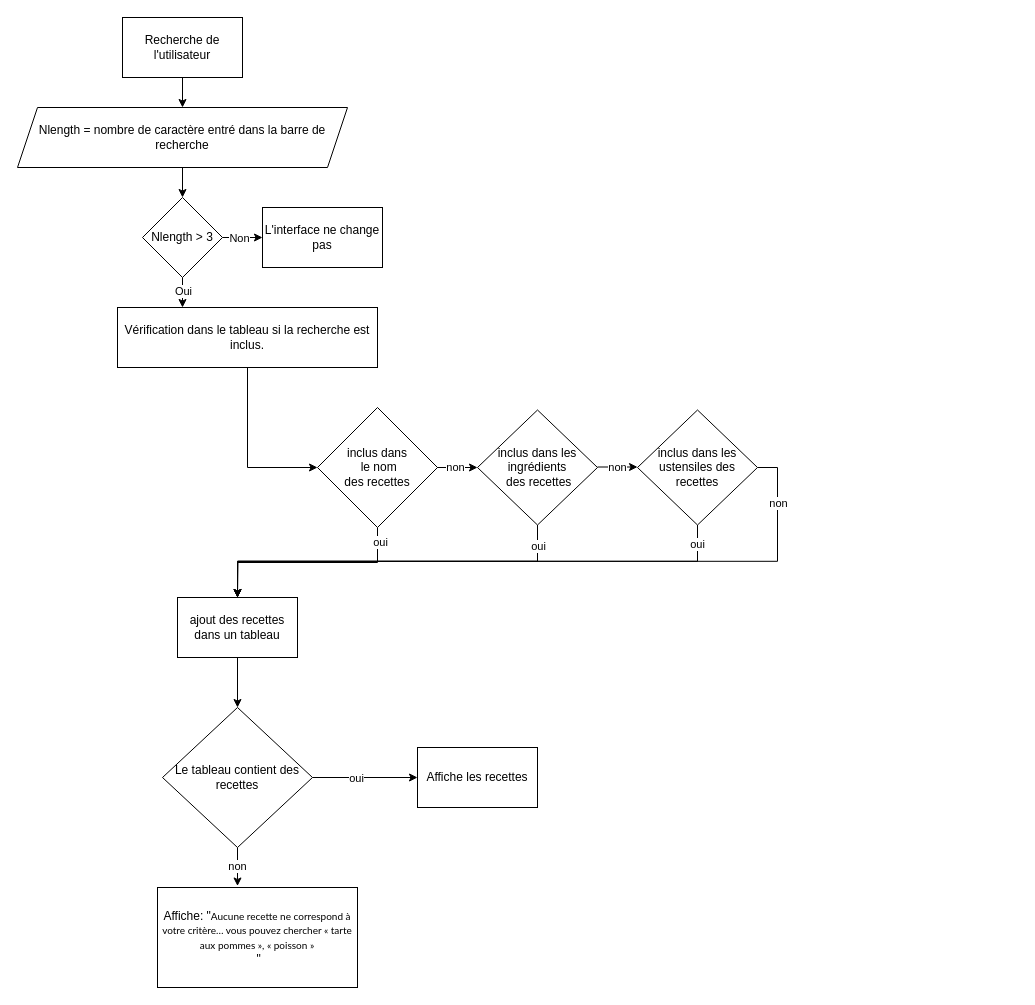
stevebraco/algorigram keeps this draw.io diagram as Untitled Diagram.drawio. Above is the earlier version. Source tidied: cells renumbered, new cells numbered last; positions are measured from the earlier drawing's top-left corner, leaving out a move shared by most shapes. Both pictures are drawn from the tidied source at 100%, with x=0, y=0 at pixel (17, 17).
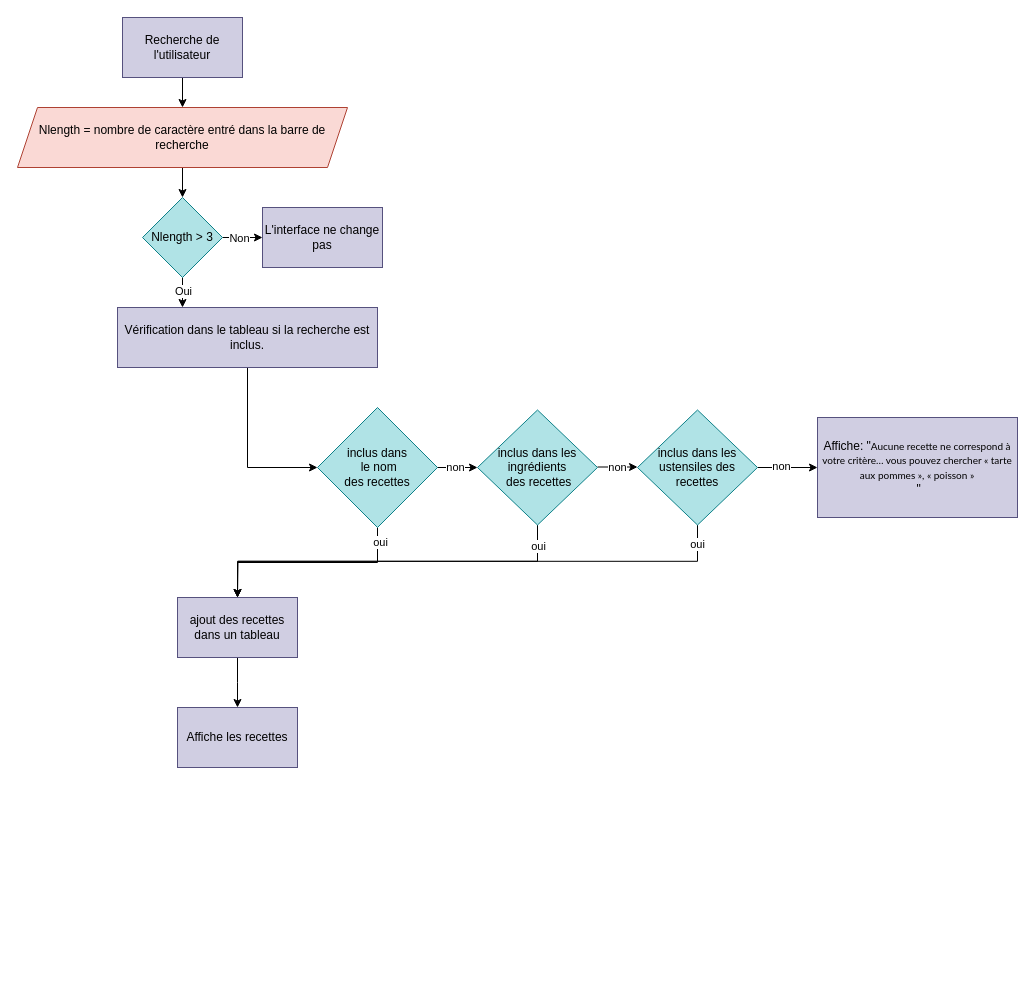
The same page after the edit.

Change to the diagram source:
```diff
@@
-    <mxCell id="2" style="edgeStyle=orthogonalEdgeStyle;rounded=0;jettySize=auto;html=1;" parent="1" edge="1" source="3" target="5">
+    <mxCell id="2" style="edgeStyle=orthogonalEdgeStyle;rounded=0;jettySize=auto;html=1;labelPosition=center;verticalLabelPosition=middle;align=center;verticalAlign=middle;" parent="1" edge="1" source="3" target="5">
       <mxGeometry relative="1" as="geometry" />
     </mxCell>
-    <mxCell id="3" value="Recherche de l'utilisateur" style="whiteSpace=wrap;html=1;" parent="1" vertex="1">
+    <mxCell id="3" value="Recherche de l'utilisateur" style="whiteSpace=wrap;html=1;labelPosition=center;verticalLabelPosition=middle;align=center;verticalAlign=middle;fillColor=#d0cee2;strokeColor=#56517e;" parent="1" vertex="1">
       <mxGeometry x="105" width="120" height="60" as="geometry" />
     </mxCell>
-    <mxCell id="4" style="edgeStyle=orthogonalEdgeStyle;rounded=0;jettySize=auto;html=1;" parent="1" edge="1" source="5" target="10">
+    <mxCell id="4" style="edgeStyle=orthogonalEdgeStyle;rounded=0;jettySize=auto;html=1;labelPosition=center;verticalLabelPosition=middle;align=center;verticalAlign=middle;" parent="1" edge="1" source="5" target="10">
       <mxGeometry relative="1" as="geometry" />
     </mxCell>
-    <mxCell id="5" value="Nlength = nombre de caractère entré dans la barre de recherche" style="shape=parallelogram;perimeter=parallelogramPerimeter;whiteSpace=wrap;html=1;fixedSize=1;" parent="1" vertex="1">
+    <mxCell id="5" value="Nlength = nombre de caractère entré dans la barre de recherche" style="shape=parallelogram;perimeter=parallelogramPerimeter;whiteSpace=wrap;html=1;fixedSize=1;fillColor=#fad9d5;strokeColor=#ae4132;" parent="1" vertex="1">
       <mxGeometry y="90" width="330" height="60" as="geometry" />
     </mxCell>
-    <mxCell id="6" style="edgeStyle=orthogonalEdgeStyle;rounded=0;jettySize=auto;html=1;" parent="1" edge="1" source="10" target="11">
+    <mxCell id="6" style="edgeStyle=orthogonalEdgeStyle;rounded=0;jettySize=auto;html=1;labelPosition=center;verticalLabelPosition=middle;align=center;verticalAlign=middle;" parent="1" edge="1" source="10" target="11">
       <mxGeometry relative="1" as="geometry" />
     </mxCell>
-    <mxCell id="7" value="Non" style="edgeLabel;html=1;align=center;verticalAlign=middle;" parent="6" vertex="1">
+    <mxCell id="7" value="Non" style="edgeLabel;html=1;align=center;verticalAlign=middle;labelPosition=center;verticalLabelPosition=middle;" parent="6" vertex="1">
       <mxGeometry x="-0.2" y="-1" relative="1" as="geometry">
         <mxPoint y="-1" as="offset" />
       </mxGeometry>
     </mxCell>
-    <mxCell id="8" style="edgeStyle=orthogonalEdgeStyle;rounded=0;jettySize=auto;html=1;" parent="1" edge="1" source="10">
+    <mxCell id="8" style="edgeStyle=orthogonalEdgeStyle;rounded=0;jettySize=auto;html=1;labelPosition=center;verticalLabelPosition=middle;align=center;verticalAlign=middle;" parent="1" edge="1" source="10">
       <mxGeometry relative="1" as="geometry">
         <mxPoint x="165" y="290" as="targetPoint" />
       </mxGeometry>
     </mxCell>
-    <mxCell id="9" value="Oui" style="edgeLabel;html=1;align=center;verticalAlign=middle;" parent="8" vertex="1">
+    <mxCell id="9" value="Oui" style="edgeLabel;html=1;align=center;verticalAlign=middle;labelPosition=center;verticalLabelPosition=middle;" parent="8" vertex="1">
       <mxGeometry x="0.63" y="-1" relative="1" as="geometry">
         <mxPoint x="1" y="-11" as="offset" />
       </mxGeometry>
     </mxCell>
-    <mxCell id="10" value="Nlength &amp;gt; 3" style="rhombus;whiteSpace=wrap;html=1;" parent="1" vertex="1">
+    <mxCell id="10" value="Nlength &amp;gt; 3" style="rhombus;whiteSpace=wrap;html=1;labelPosition=center;verticalLabelPosition=middle;align=center;verticalAlign=middle;fillColor=#b0e3e6;strokeColor=#0e8088;" parent="1" vertex="1">
       <mxGeometry x="125" y="180" width="80" height="80" as="geometry" />
     </mxCell>
-    <mxCell id="11" value="L'interface ne change pas" style="whiteSpace=wrap;html=1;" parent="1" vertex="1">
+    <mxCell id="11" value="L'interface ne change pas" style="whiteSpace=wrap;html=1;labelPosition=center;verticalLabelPosition=middle;align=center;verticalAlign=middle;fillColor=#d0cee2;strokeColor=#56517e;" parent="1" vertex="1">
       <mxGeometry x="245" y="190" width="120" height="60" as="geometry" />
     </mxCell>
-    <mxCell id="12" style="edgeStyle=orthogonalEdgeStyle;rounded=0;jettySize=auto;html=1;exitX=0.5;exitY=1;exitDx=0;exitDy=0;entryX=0.5;entryY=0;entryDx=0;entryDy=0;shadow=0;startArrow=none;startFill=0;endArrow=classic;endFill=1;strokeColor=default;" parent="1" edge="1" source="13" target="33">
-      <mxGeometry relative="1" as="geometry" />
+    <mxCell id="12" style="edgeStyle=orthogonalEdgeStyle;rounded=0;jettySize=auto;html=1;exitX=0.5;exitY=1;exitDx=0;exitDy=0;entryX=0.5;entryY=0;entryDx=0;entryDy=0;shadow=0;startArrow=none;startFill=0;endArrow=classic;endFill=1;strokeColor=default;labelPosition=center;verticalLabelPosition=middle;align=center;verticalAlign=middle;" parent="1" edge="1" source="13">
+      <mxGeometry relative="1" as="geometry">
+        <mxPoint x="220" y="690" as="targetPoint" />
+      </mxGeometry>
     </mxCell>
-    <mxCell id="13" value="ajout des recettes dans un tableau" style="whiteSpace=wrap;html=1;" parent="1" vertex="1">
+    <mxCell id="13" value="ajout des recettes dans un tableau" style="whiteSpace=wrap;html=1;labelPosition=center;verticalLabelPosition=middle;align=center;verticalAlign=middle;fillColor=#d0cee2;strokeColor=#56517e;" parent="1" vertex="1">
       <mxGeometry x="160" y="580" width="120" height="60" as="geometry" />
     </mxCell>
-    <mxCell id="14" value="non" style="edgeStyle=none;rounded=0;jettySize=auto;html=1;exitX=1;exitY=0.5;exitDx=0;exitDy=0;entryX=0;entryY=0.5;entryDx=0;entryDy=0;shadow=0;startArrow=none;startFill=0;endArrow=classic;endFill=1;strokeColor=default;" parent="1" edge="1" target="21">
+    <mxCell id="14" value="non" style="edgeStyle=none;rounded=0;jettySize=auto;html=1;exitX=1;exitY=0.5;exitDx=0;exitDy=0;entryX=0;entryY=0.5;entryDx=0;entryDy=0;shadow=0;startArrow=none;startFill=0;endArrow=classic;endFill=1;strokeColor=default;labelPosition=center;verticalLabelPosition=middle;align=center;verticalAlign=middle;" parent="1" edge="1" target="21">
       <mxGeometry relative="1" as="geometry">
         <mxPoint x="416" y="450" as="sourcePoint" />
       </mxGeometry>
     </mxCell>
-    <mxCell id="15" style="edgeStyle=orthogonalEdgeStyle;rounded=0;jettySize=auto;html=1;exitX=0.5;exitY=1;exitDx=0;exitDy=0;shadow=0;startArrow=none;startFill=0;endArrow=classic;endFill=1;strokeColor=default;" parent="1" edge="1" source="17" target="13">
+    <mxCell id="15" style="edgeStyle=orthogonalEdgeStyle;rounded=0;jettySize=auto;html=1;exitX=0.5;exitY=1;exitDx=0;exitDy=0;shadow=0;startArrow=none;startFill=0;endArrow=classic;endFill=1;strokeColor=default;labelPosition=center;verticalLabelPosition=middle;align=center;verticalAlign=middle;" parent="1" edge="1" source="17" target="13">
       <mxGeometry relative="1" as="geometry" />
     </mxCell>
-    <mxCell id="16" value="oui" style="edgeLabel;html=1;align=center;verticalAlign=middle;" parent="15" vertex="1">
+    <mxCell id="16" value="oui" style="edgeLabel;html=1;align=center;verticalAlign=middle;labelPosition=center;verticalLabelPosition=middle;" parent="15" vertex="1">
       <mxGeometry x="-0.87" y="2" relative="1" as="geometry" />
     </mxCell>
-    <mxCell id="17" value="inclus dans&lt;br&gt;&amp;nbsp;le nom &lt;br&gt;des recettes" style="rhombus;whiteSpace=wrap;html=1;" parent="1" vertex="1">
+    <mxCell id="17" value="inclus dans&lt;br&gt;&amp;nbsp;le nom &lt;br&gt;des recettes" style="rhombus;whiteSpace=wrap;html=1;labelPosition=center;verticalLabelPosition=middle;align=center;verticalAlign=middle;fillColor=#b0e3e6;strokeColor=#0e8088;" parent="1" vertex="1">
       <mxGeometry x="300" y="390" width="120" height="120" as="geometry" />
     </mxCell>
-    <mxCell id="18" value="non" style="edgeStyle=none;rounded=0;orthogonalLoop=1;jettySize=auto;html=1;exitX=1;exitY=0.5;exitDx=0;exitDy=0;entryX=0;entryY=0.5;entryDx=0;entryDy=0;shadow=0;startArrow=none;startFill=0;endArrow=classic;endFill=1;strokeColor=default;" parent="1" edge="1">
+    <mxCell id="18" value="non" style="edgeStyle=none;rounded=0;orthogonalLoop=1;jettySize=auto;html=1;exitX=1;exitY=0.5;exitDx=0;exitDy=0;entryX=0;entryY=0.5;entryDx=0;entryDy=0;shadow=0;startArrow=none;startFill=0;endArrow=classic;endFill=1;strokeColor=default;labelPosition=center;verticalLabelPosition=middle;align=center;verticalAlign=middle;" parent="1" edge="1">
       <mxGeometry relative="1" as="geometry">
         <mxPoint x="580" y="449.5" as="sourcePoint" />
         <mxPoint x="620" y="449.5" as="targetPoint" />
       </mxGeometry>
     </mxCell>
-    <mxCell id="19" style="edgeStyle=orthogonalEdgeStyle;rounded=0;jettySize=auto;html=1;exitX=0.5;exitY=1;exitDx=0;exitDy=0;entryX=0.5;entryY=0;entryDx=0;entryDy=0;shadow=0;startArrow=none;startFill=0;endArrow=classic;endFill=1;strokeColor=default;" parent="1" edge="1" source="21" target="13">
+    <mxCell id="19" style="edgeStyle=orthogonalEdgeStyle;rounded=0;jettySize=auto;html=1;exitX=0.5;exitY=1;exitDx=0;exitDy=0;entryX=0.5;entryY=0;entryDx=0;entryDy=0;shadow=0;startArrow=none;startFill=0;endArrow=classic;endFill=1;strokeColor=default;labelPosition=center;verticalLabelPosition=middle;align=center;verticalAlign=middle;" parent="1" edge="1" source="21" target="13">
       <mxGeometry relative="1" as="geometry" />
     </mxCell>
-    <mxCell id="20" value="oui" style="edgeLabel;html=1;align=center;verticalAlign=middle;" parent="19" vertex="1">
+    <mxCell id="20" value="oui" style="edgeLabel;html=1;align=center;verticalAlign=middle;labelPosition=center;verticalLabelPosition=middle;" parent="19" vertex="1">
       <mxGeometry x="-0.87" relative="1" as="geometry">
         <mxPoint y="-3" as="offset" />
       </mxGeometry>
     </mxCell>
-    <mxCell id="21" value="inclus dans les ingrédients&lt;br&gt;&amp;nbsp;des recettes" style="rhombus;whiteSpace=wrap;html=1;" parent="1" vertex="1">
+    <mxCell id="21" value="inclus dans les ingrédients&lt;br&gt;&amp;nbsp;des recettes" style="rhombus;whiteSpace=wrap;html=1;labelPosition=center;verticalLabelPosition=middle;align=center;verticalAlign=middle;fillColor=#b0e3e6;strokeColor=#0e8088;" parent="1" vertex="1">
       <mxGeometry x="460" y="392.5" width="120" height="115" as="geometry" />
     </mxCell>
-    <mxCell id="22" style="edgeStyle=orthogonalEdgeStyle;rounded=0;jettySize=auto;html=1;exitX=0.5;exitY=1;exitDx=0;exitDy=0;shadow=0;startArrow=none;startFill=0;endArrow=classic;endFill=1;strokeColor=default;" parent="1" edge="1" source="26">
+    <mxCell id="22" style="edgeStyle=orthogonalEdgeStyle;rounded=0;jettySize=auto;html=1;exitX=0.5;exitY=1;exitDx=0;exitDy=0;shadow=0;startArrow=none;startFill=0;endArrow=classic;endFill=1;strokeColor=default;labelPosition=center;verticalLabelPosition=middle;align=center;verticalAlign=middle;" parent="1" edge="1" source="26">
       <mxGeometry relative="1" as="geometry">
         <mxPoint x="220" y="580" as="targetPoint" />
       </mxGeometry>
     </mxCell>
-    <mxCell id="23" value="oui" style="edgeLabel;html=1;align=center;verticalAlign=middle;" parent="22" vertex="1">
+    <mxCell id="23" value="oui" style="edgeLabel;html=1;align=center;verticalAlign=middle;labelPosition=center;verticalLabelPosition=middle;" parent="22" vertex="1">
       <mxGeometry x="-0.95" y="-1" relative="1" as="geometry">
         <mxPoint y="6" as="offset" />
       </mxGeometry>
     </mxCell>
-    <mxCell id="24" style="edgeStyle=orthogonalEdgeStyle;rounded=0;jettySize=auto;html=1;exitX=1;exitY=0.5;exitDx=0;exitDy=0;entryX=0.5;entryY=0;entryDx=0;entryDy=0;shadow=0;startArrow=none;startFill=0;endArrow=classic;endFill=1;strokeColor=default;" parent="1" edge="1" source="26" target="13">
-      <mxGeometry relative="1" as="geometry" />
-    </mxCell>
-    <mxCell id="25" value="non" style="edgeLabel;html=1;align=center;verticalAlign=middle;" parent="24" vertex="1">
-      <mxGeometry x="-0.84" y="2" relative="1" as="geometry">
-        <mxPoint x="-2" as="offset" />
-      </mxGeometry>
-    </mxCell>
+    <mxCell id="36" style="edgeStyle=orthogonalEdgeStyle;rounded=0;jettySize=auto;html=1;labelPosition=center;verticalLabelPosition=middle;align=center;verticalAlign=middle;" parent="1" edge="1" source="26" target="35">
+      <mxGeometry relative="1" as="geometry" />
+    </mxCell>
+    <mxCell id="37" value="non" style="edgeLabel;html=1;align=center;verticalAlign=middle;labelPosition=center;verticalLabelPosition=middle;" parent="36" vertex="1">
+      <mxGeometry x="-0.23" y="2" relative="1" as="geometry" />
+    </mxCell>
-    <mxCell id="26" value="inclus dans les ustensiles des recettes" style="rhombus;whiteSpace=wrap;html=1;" parent="1" vertex="1">
+    <mxCell id="26" value="inclus dans les ustensiles des recettes" style="rhombus;whiteSpace=wrap;html=1;labelPosition=center;verticalLabelPosition=middle;align=center;verticalAlign=middle;fillColor=#b0e3e6;strokeColor=#0e8088;" parent="1" vertex="1">
       <mxGeometry x="620" y="392.5" width="120" height="115" as="geometry" />
     </mxCell>
-    <mxCell id="27" style="edgeStyle=orthogonalEdgeStyle;rounded=0;jettySize=auto;html=1;exitX=0.5;exitY=1;exitDx=0;exitDy=0;entryX=0;entryY=0.5;entryDx=0;entryDy=0;" parent="1" edge="1" source="28" target="17">
+    <mxCell id="27" style="edgeStyle=orthogonalEdgeStyle;rounded=0;jettySize=auto;html=1;exitX=0.5;exitY=1;exitDx=0;exitDy=0;entryX=0;entryY=0.5;entryDx=0;entryDy=0;labelPosition=center;verticalLabelPosition=middle;align=center;verticalAlign=middle;" parent="1" edge="1" source="28" target="17">
       <mxGeometry relative="1" as="geometry" />
     </mxCell>
-    <mxCell id="28" value="Vérification dans le tableau si la recherche est inclus." style="whiteSpace=wrap;html=1;" parent="1" vertex="1">
+    <mxCell id="28" value="Vérification dans le tableau si la recherche est inclus." style="whiteSpace=wrap;html=1;labelPosition=center;verticalLabelPosition=middle;align=center;verticalAlign=middle;fillColor=#d0cee2;strokeColor=#56517e;" parent="1" vertex="1">
       <mxGeometry x="100" y="290" width="260" height="60" as="geometry" />
     </mxCell>
-    <mxCell id="29" style="edgeStyle=none;rounded=0;orthogonalLoop=1;jettySize=auto;html=1;exitX=0.5;exitY=0;exitDx=0;exitDy=0;shadow=0;startArrow=none;startFill=0;endArrow=classic;endFill=1;strokeColor=default;" parent="1" edge="1" source="21" target="21">
+    <mxCell id="29" style="edgeStyle=none;rounded=0;orthogonalLoop=1;jettySize=auto;html=1;exitX=0.5;exitY=0;exitDx=0;exitDy=0;shadow=0;startArrow=none;startFill=0;endArrow=classic;endFill=1;strokeColor=default;labelPosition=center;verticalLabelPosition=middle;align=center;verticalAlign=middle;" parent="1" edge="1" source="21" target="21">
       <mxGeometry relative="1" as="geometry" />
     </mxCell>
-    <mxCell id="30" style="edgeStyle=orthogonalEdgeStyle;rounded=0;jettySize=auto;html=1;exitX=1;exitY=0.5;exitDx=0;exitDy=0;shadow=0;startArrow=none;startFill=0;endArrow=classic;endFill=1;strokeColor=default;" parent="1" edge="1" source="33">
-      <mxGeometry relative="1" as="geometry">
-        <mxPoint x="400" y="760" as="targetPoint" />
-      </mxGeometry>
-    </mxCell>
-    <mxCell id="31" value="oui" style="edgeLabel;html=1;align=center;verticalAlign=middle;" parent="30" vertex="1">
-      <mxGeometry x="-0.18" y="-2" relative="1" as="geometry">
-        <mxPoint y="-2" as="offset" />
-      </mxGeometry>
-    </mxCell>
-    <mxCell id="32" value="non" style="edgeStyle=orthogonalEdgeStyle;rounded=0;jettySize=auto;html=1;exitX=0.5;exitY=1;exitDx=0;exitDy=0;entryX=0.4;entryY=-0.015;entryDx=0;entryDy=0;entryPerimeter=0;shadow=0;startArrow=none;startFill=0;endArrow=classic;endFill=1;strokeColor=default;" parent="1" edge="1" source="33" target="35">
-      <mxGeometry relative="1" as="geometry" />
-    </mxCell>
-    <mxCell id="33" value="Le tableau contient des recettes" style="rhombus;whiteSpace=wrap;html=1;" parent="1" vertex="1">
-      <mxGeometry x="145" y="690" width="150" height="140" as="geometry" />
-    </mxCell>
-    <mxCell id="34" value="Affiche les recettes" style="whiteSpace=wrap;html=1;" parent="1" vertex="1">
-      <mxGeometry x="400" y="730" width="120" height="60" as="geometry" />
+    <mxCell id="34" value="Affiche les recettes" style="whiteSpace=wrap;html=1;labelPosition=center;verticalLabelPosition=middle;align=center;verticalAlign=middle;fillColor=#d0cee2;strokeColor=#56517e;" parent="1" vertex="1">
+      <mxGeometry x="160" y="690" width="120" height="60" as="geometry" />
     </mxCell>
-    <mxCell id="35" value="Affiche: &quot;&lt;span style=&quot;font-family: &amp;#34;lato&amp;#34; , sans-serif ; font-size: 10px&quot;&gt;Aucune recette ne correspond à votre critère… vous pouvez chercher « tarte aux pommes », « poisson »&lt;/span&gt;&lt;br&gt;&amp;nbsp;&quot;" style="whiteSpace=wrap;html=1;" parent="1" vertex="1">
-      <mxGeometry x="140" y="870" width="200" height="100" as="geometry" />
+    <mxCell id="35" value="Affiche: &quot;&lt;span style=&quot;font-family: &amp;#34;lato&amp;#34; , sans-serif ; font-size: 10px&quot;&gt;Aucune recette ne correspond à votre critère… vous pouvez chercher « tarte aux pommes », « poisson »&lt;/span&gt;&lt;br&gt;&amp;nbsp;&quot;" style="whiteSpace=wrap;html=1;labelPosition=center;verticalLabelPosition=middle;align=center;verticalAlign=middle;fillColor=#d0cee2;strokeColor=#56517e;" parent="1" vertex="1">
+      <mxGeometry x="800" y="400" width="200" height="100" as="geometry" />
     </mxCell>
```
